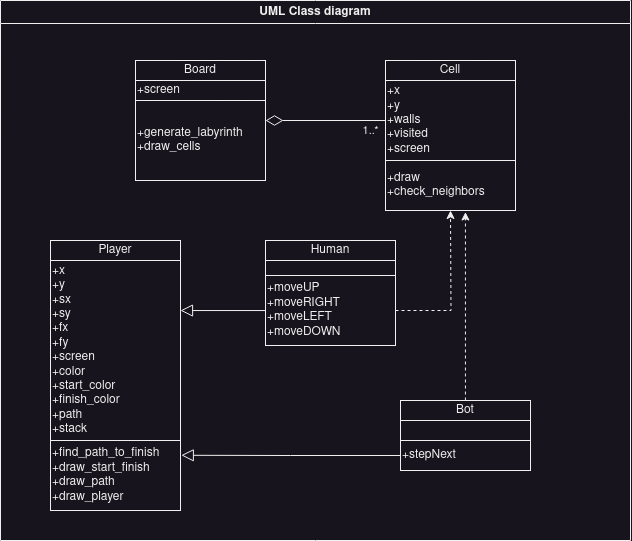
Before: doc/UML CD.drawio.png, a diagram exported from draw.io (Alyoksi/Labyrinth). Source tidied: cells renumbered, new cells last; positions are measured from the earlier drawing's top-left corner, leaving out a move shared by most shapes.
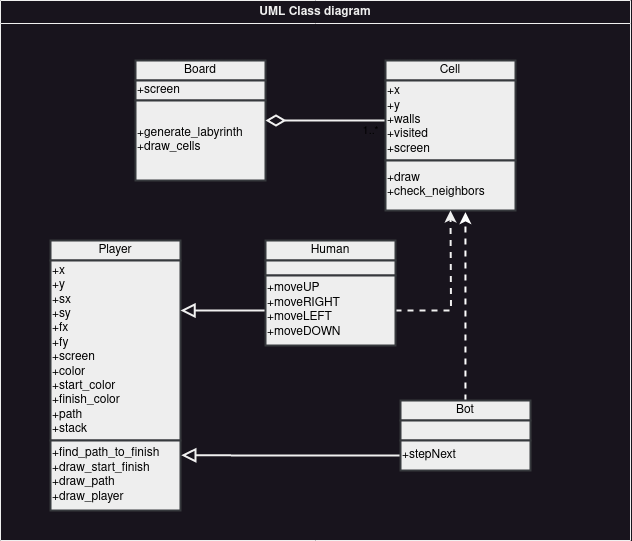
Later version of the same file.

Commit message:
Changed UML Class diagram theme

What changed in the source:
```diff
@@ -5,66 +5,66 @@
     <mxCell id="2" value="UML Class diagram" style="swimlane;whiteSpace=wrap;" parent="1" vertex="1">
       <mxGeometry width="630" height="540" as="geometry" />
     </mxCell>
-    <mxCell id="3" value="&lt;div&gt;Board&lt;/div&gt;" style="rounded=0;whiteSpace=wrap;html=1;" parent="2" vertex="1">
+    <mxCell id="3" value="&lt;div&gt;Board&lt;/div&gt;" style="rounded=0;whiteSpace=wrap;html=1;fillColor=#eeeeee;strokeColor=#36393d;fontColor=#000000;strokeWidth=2;" parent="2" vertex="1">
       <mxGeometry x="135" y="60" width="130" height="20" as="geometry" />
     </mxCell>
-    <mxCell id="4" value="+screen" style="rounded=0;whiteSpace=wrap;html=1;align=left;" parent="2" vertex="1">
+    <mxCell id="4" value="+screen" style="rounded=0;whiteSpace=wrap;html=1;align=left;fillColor=#eeeeee;strokeColor=#36393d;fontColor=#000000;strokeWidth=2;" parent="2" vertex="1">
       <mxGeometry x="135" y="80" width="130" height="20" as="geometry" />
     </mxCell>
-    <mxCell id="5" value="&lt;div align=&quot;left&quot;&gt;+generate_labyrinth&lt;/div&gt;&lt;div align=&quot;left&quot;&gt;+draw_cells&lt;br&gt;&lt;/div&gt;" style="rounded=0;whiteSpace=wrap;html=1;align=left;" parent="2" vertex="1">
+    <mxCell id="5" value="&lt;div align=&quot;left&quot;&gt;+generate_labyrinth&lt;/div&gt;&lt;div align=&quot;left&quot;&gt;+draw_cells&lt;br&gt;&lt;/div&gt;" style="rounded=0;whiteSpace=wrap;html=1;align=left;fillColor=#eeeeee;strokeColor=#36393d;fontColor=#000000;strokeWidth=2;" parent="2" vertex="1">
       <mxGeometry x="135" y="100" width="130" height="80" as="geometry" />
     </mxCell>
-    <mxCell id="6" value="Cell" style="rounded=0;whiteSpace=wrap;html=1;" parent="2" vertex="1">
+    <mxCell id="6" value="Cell" style="rounded=0;whiteSpace=wrap;html=1;fillColor=#eeeeee;strokeColor=#36393d;fontColor=#000000;strokeWidth=2;" parent="2" vertex="1">
       <mxGeometry x="385" y="60" width="130" height="20" as="geometry" />
     </mxCell>
-    <mxCell id="7" value="1..*" style="edgeStyle=orthogonalEdgeStyle;rounded=0;jettySize=auto;html=1;entryX=1;entryY=0.25;entryDx=0;entryDy=0;endArrow=diamondThin;endFill=0;strokeWidth=1;endSize=15;" parent="2" edge="1" source="8" target="5">
+    <mxCell id="7" value="1..*" style="edgeStyle=orthogonalEdgeStyle;rounded=0;jettySize=auto;html=1;entryX=1;entryY=0.25;entryDx=0;entryDy=0;endArrow=diamondThin;endFill=0;strokeWidth=2;endSize=15;fillColor=#eeeeee;strokeColor=#F0F0F0;fontColor=#000000;" parent="2" edge="1" source="8" target="5">
       <mxGeometry x="-0.75" y="10" relative="1" as="geometry" />
     </mxCell>
-    <mxCell id="8" value="&lt;div&gt;+x&lt;/div&gt;&lt;div&gt;+y&lt;/div&gt;&lt;div&gt;+walls&lt;br&gt;&lt;/div&gt;&lt;div&gt;+visited&lt;/div&gt;&lt;div&gt;+screen&lt;br&gt;&lt;/div&gt;" style="rounded=0;whiteSpace=wrap;html=1;align=left;" parent="2" vertex="1">
+    <mxCell id="8" value="&lt;div&gt;+x&lt;/div&gt;&lt;div&gt;+y&lt;/div&gt;&lt;div&gt;+walls&lt;br&gt;&lt;/div&gt;&lt;div&gt;+visited&lt;/div&gt;&lt;div&gt;+screen&lt;br&gt;&lt;/div&gt;" style="rounded=0;whiteSpace=wrap;html=1;align=left;fillColor=#eeeeee;strokeColor=#36393d;fontColor=#000000;strokeWidth=2;" parent="2" vertex="1">
       <mxGeometry x="385" y="80" width="130" height="80" as="geometry" />
     </mxCell>
-    <mxCell id="9" value="&lt;div&gt;+draw&lt;/div&gt;&lt;div&gt;+check_neighbors&lt;br&gt;&lt;/div&gt;" style="rounded=0;whiteSpace=wrap;html=1;align=left;" parent="2" vertex="1">
+    <mxCell id="9" value="&lt;div&gt;+draw&lt;/div&gt;&lt;div&gt;+check_neighbors&lt;br&gt;&lt;/div&gt;" style="rounded=0;whiteSpace=wrap;html=1;align=left;fillColor=#eeeeee;strokeColor=#36393d;fontColor=#000000;strokeWidth=2;" parent="2" vertex="1">
       <mxGeometry x="385" y="160" width="130" height="50" as="geometry" />
     </mxCell>
-    <mxCell id="10" value="Player" style="rounded=0;whiteSpace=wrap;html=1;" parent="2" vertex="1">
+    <mxCell id="10" value="Player" style="rounded=0;whiteSpace=wrap;html=1;fillColor=#eeeeee;strokeColor=#36393d;fontColor=#000000;strokeWidth=2;" parent="2" vertex="1">
       <mxGeometry x="50" y="240" width="130" height="20" as="geometry" />
     </mxCell>
-    <mxCell id="11" value="&lt;div&gt;+x&lt;/div&gt;&lt;div&gt;+y&lt;/div&gt;&lt;div&gt;+sx&lt;/div&gt;&lt;div&gt;+sy&lt;/div&gt;&lt;div&gt;+fx&lt;/div&gt;&lt;div&gt;+fy&lt;/div&gt;&lt;div&gt;+screen&lt;/div&gt;&lt;div&gt;+color&lt;br&gt;+start_color&lt;br&gt;+finish_color&lt;/div&gt;&lt;div&gt;+path&lt;/div&gt;&lt;div&gt;+stack&lt;br&gt;&lt;/div&gt;" style="rounded=0;whiteSpace=wrap;html=1;align=left;" parent="2" vertex="1">
+    <mxCell id="11" value="&lt;div&gt;+x&lt;/div&gt;&lt;div&gt;+y&lt;/div&gt;&lt;div&gt;+sx&lt;/div&gt;&lt;div&gt;+sy&lt;/div&gt;&lt;div&gt;+fx&lt;/div&gt;&lt;div&gt;+fy&lt;/div&gt;&lt;div&gt;+screen&lt;/div&gt;&lt;div&gt;+color&lt;br&gt;+start_color&lt;br&gt;+finish_color&lt;/div&gt;&lt;div&gt;+path&lt;/div&gt;&lt;div&gt;+stack&lt;br&gt;&lt;/div&gt;" style="rounded=0;whiteSpace=wrap;html=1;align=left;fillColor=#eeeeee;strokeColor=#36393d;fontColor=#000000;strokeWidth=2;" parent="2" vertex="1">
       <mxGeometry x="50" y="260" width="130" height="180" as="geometry" />
     </mxCell>
-    <mxCell id="12" value="&lt;div&gt;+find_path_to_finish&lt;/div&gt;&lt;div&gt;+draw_start_finish&lt;/div&gt;&lt;div&gt;+draw_path&lt;/div&gt;&lt;div&gt;+draw_player&lt;br&gt;&lt;/div&gt;" style="rounded=0;whiteSpace=wrap;html=1;align=left;" parent="2" vertex="1">
+    <mxCell id="12" value="&lt;div&gt;+find_path_to_finish&lt;/div&gt;&lt;div&gt;+draw_start_finish&lt;/div&gt;&lt;div&gt;+draw_path&lt;/div&gt;&lt;div&gt;+draw_player&lt;br&gt;&lt;/div&gt;" style="rounded=0;whiteSpace=wrap;html=1;align=left;fillColor=#eeeeee;strokeColor=#36393d;fontColor=#000000;strokeWidth=2;" parent="2" vertex="1">
       <mxGeometry x="50" y="440" width="130" height="70" as="geometry" />
     </mxCell>
-    <mxCell id="13" value="Human" style="rounded=0;whiteSpace=wrap;html=1;" parent="2" vertex="1">
+    <mxCell id="13" value="Human" style="rounded=0;whiteSpace=wrap;html=1;fillColor=#eeeeee;strokeColor=#36393d;fontColor=#000000;strokeWidth=2;" parent="2" vertex="1">
       <mxGeometry x="265" y="240" width="130" height="20" as="geometry" />
     </mxCell>
-    <mxCell id="14" style="rounded=0;whiteSpace=wrap;html=1;align=left;" parent="2" vertex="1">
+    <mxCell id="14" style="rounded=0;whiteSpace=wrap;html=1;align=left;fillColor=#eeeeee;strokeColor=#36393d;fontColor=#000000;strokeWidth=2;" parent="2" vertex="1">
       <mxGeometry x="265" y="260" width="130" height="15" as="geometry" />
     </mxCell>
-    <mxCell id="15" style="edgeStyle=orthogonalEdgeStyle;rounded=0;jettySize=auto;html=1;entryX=1;entryY=0.278;entryDx=0;entryDy=0;entryPerimeter=0;strokeWidth=1;endSize=10;endArrow=block;endFill=0;" parent="2" edge="1" source="17" target="11">
+    <mxCell id="15" style="edgeStyle=orthogonalEdgeStyle;rounded=0;jettySize=auto;html=1;entryX=1;entryY=0.278;entryDx=0;entryDy=0;entryPerimeter=0;strokeWidth=2;endSize=10;endArrow=block;endFill=0;fillColor=#eeeeee;strokeColor=#F0F0F0;fontColor=#000000;" parent="2" edge="1" source="17" target="11">
       <mxGeometry relative="1" as="geometry" />
     </mxCell>
-    <mxCell id="16" style="edgeStyle=orthogonalEdgeStyle;rounded=0;jettySize=auto;html=1;dashed=1;" parent="2" edge="1" source="17">
+    <mxCell id="16" style="edgeStyle=orthogonalEdgeStyle;rounded=0;jettySize=auto;html=1;dashed=1;fillColor=#eeeeee;strokeColor=#f0f0f0;fontColor=#000000;strokeWidth=2;" parent="2" edge="1" source="17">
       <mxGeometry relative="1" as="geometry">
         <mxPoint x="450" y="210" as="targetPoint" />
       </mxGeometry>
     </mxCell>
-    <mxCell id="17" value="+moveUP&lt;br&gt;+moveRIGHT&lt;br&gt;+moveLEFT&lt;br&gt;+moveDOWN" style="rounded=0;whiteSpace=wrap;html=1;align=left;" parent="2" vertex="1">
+    <mxCell id="17" value="+moveUP&lt;br&gt;+moveRIGHT&lt;br&gt;+moveLEFT&lt;br&gt;+moveDOWN" style="rounded=0;whiteSpace=wrap;html=1;align=left;fillColor=#eeeeee;strokeColor=#36393d;fontColor=#000000;strokeWidth=2;" parent="2" vertex="1">
       <mxGeometry x="265" y="275" width="130" height="70" as="geometry" />
     </mxCell>
-    <mxCell id="18" style="edgeStyle=orthogonalEdgeStyle;rounded=0;jettySize=auto;html=1;entryX=0.615;entryY=1.031;entryDx=0;entryDy=0;entryPerimeter=0;dashed=1;" parent="2" edge="1" source="19" target="9">
+    <mxCell id="18" style="edgeStyle=orthogonalEdgeStyle;rounded=0;jettySize=auto;html=1;entryX=0.615;entryY=1.031;entryDx=0;entryDy=0;entryPerimeter=0;dashed=1;fillColor=#eeeeee;strokeColor=#FFFFFF;fontColor=#000000;strokeWidth=2;" parent="2" edge="1" source="19" target="9">
       <mxGeometry relative="1" as="geometry" />
     </mxCell>
-    <mxCell id="19" value="Bot" style="rounded=0;whiteSpace=wrap;html=1;" parent="2" vertex="1">
+    <mxCell id="19" value="Bot" style="rounded=0;whiteSpace=wrap;html=1;fillColor=#eeeeee;strokeColor=#36393d;fontColor=#000000;strokeWidth=2;" parent="2" vertex="1">
       <mxGeometry x="400" y="400" width="130" height="20" as="geometry" />
     </mxCell>
-    <mxCell id="20" style="rounded=0;whiteSpace=wrap;html=1;align=left;" parent="2" vertex="1">
+    <mxCell id="20" style="rounded=0;whiteSpace=wrap;html=1;align=left;fillColor=#eeeeee;strokeColor=#36393d;fontColor=#000000;strokeWidth=2;" parent="2" vertex="1">
       <mxGeometry x="400" y="420" width="130" height="20" as="geometry" />
     </mxCell>
-    <mxCell id="21" style="edgeStyle=orthogonalEdgeStyle;rounded=0;jettySize=auto;html=1;entryX=1.006;entryY=0.211;entryDx=0;entryDy=0;endArrow=block;endFill=0;strokeWidth=1;endSize=10;entryPerimeter=0;" parent="2" edge="1" source="22" target="12">
+    <mxCell id="21" style="edgeStyle=orthogonalEdgeStyle;rounded=0;jettySize=auto;html=1;entryX=1.006;entryY=0.211;entryDx=0;entryDy=0;endArrow=block;endFill=0;strokeWidth=2;endSize=10;entryPerimeter=0;fillColor=#eeeeee;strokeColor=#f0f0f0;fontColor=#000000;" parent="2" edge="1" source="22" target="12">
       <mxGeometry relative="1" as="geometry" />
     </mxCell>
-    <mxCell id="22" value="+stepNext" style="rounded=0;whiteSpace=wrap;html=1;align=left;" parent="2" vertex="1">
+    <mxCell id="22" value="+stepNext" style="rounded=0;whiteSpace=wrap;html=1;align=left;fillColor=#eeeeee;strokeColor=#36393d;fontColor=#000000;strokeWidth=2;" parent="2" vertex="1">
       <mxGeometry x="400" y="440" width="130" height="30" as="geometry" />
     </mxCell>
   </root>
```
